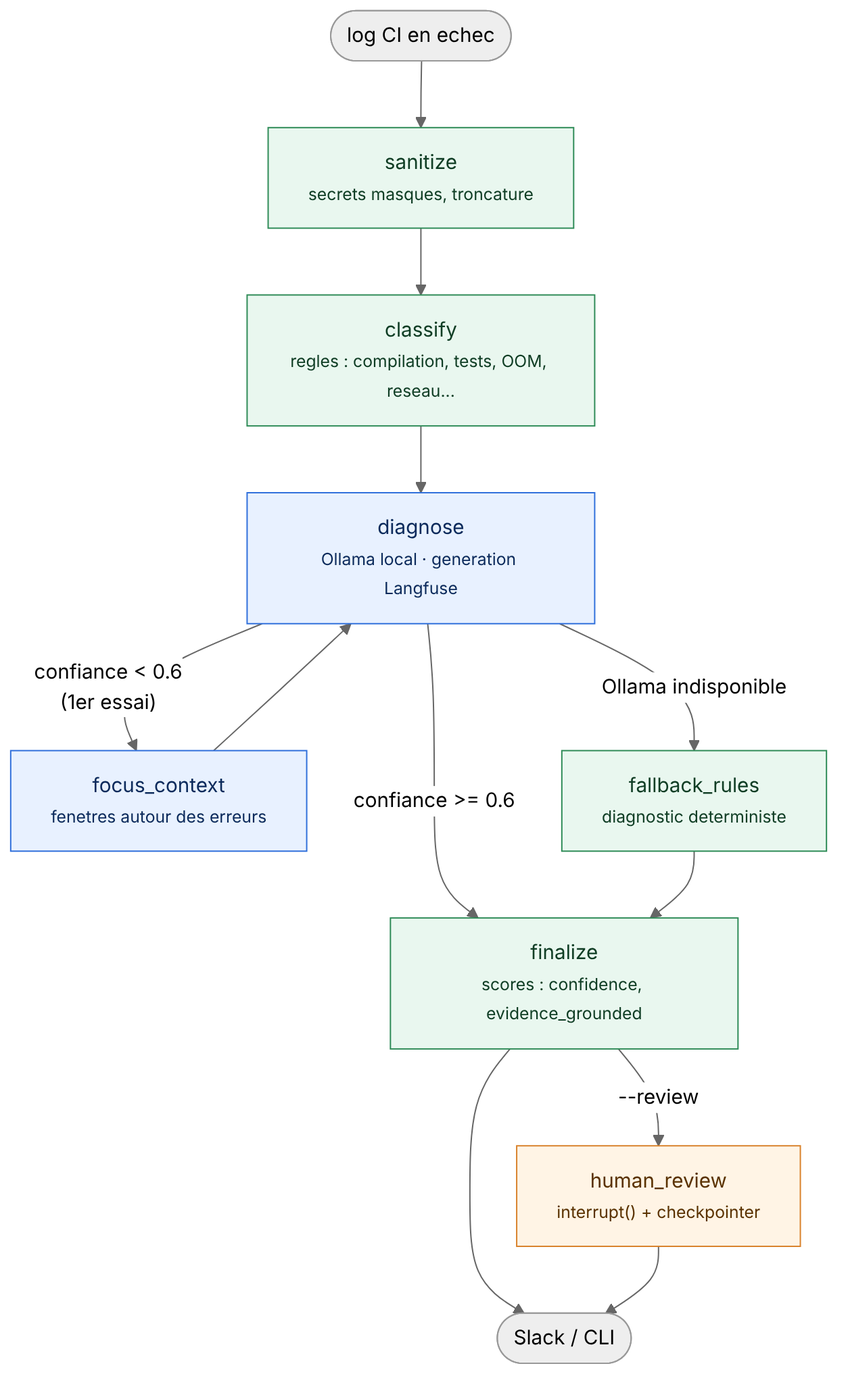
A-Djihadi/pipeline-doctor keeps this Mermaid diagram as docs/graph.png. Above is the earlier version. Its source is kept beside it as docs/graph.mmd. Source of this version:
```mermaid
flowchart TD
    S([log CI en echec]) --> sanitize["sanitize<br/><small>secrets masques, troncature</small>"]
    sanitize --> classify["classify<br/><small>regles : compilation, tests, OOM, reseau...</small>"]
    classify --> diagnose["diagnose<br/><small>Ollama local · generation Langfuse</small>"]
    diagnose -- "confiance >= 0.6" --> finalize["finalize<br/><small>scores : confidence, evidence_grounded</small>"]
    diagnose -- "confiance < 0.6<br/>(1er essai)" --> focus["focus_context<br/><small>fenetres autour des erreurs</small>"]
    focus --> diagnose
    diagnose -- "Ollama indisponible" --> fallback["fallback_rules<br/><small>diagnostic deterministe</small>"]
    fallback --> finalize
    finalize -- "--review" --> review["human_review<br/><small>interrupt() + checkpointer</small>"]
    finalize --> E([Slack / CLI])
    review --> E
    classDef llm fill:#e8f1ff,stroke:#2f6fdb,color:#0b2a5b
    classDef safe fill:#e9f7ef,stroke:#2e8b57,color:#0f3d24
    classDef human fill:#fff4e5,stroke:#d9822b,color:#5a3200
    class diagnose,focus llm
    class sanitize,classify,fallback,finalize safe
    class review human
```
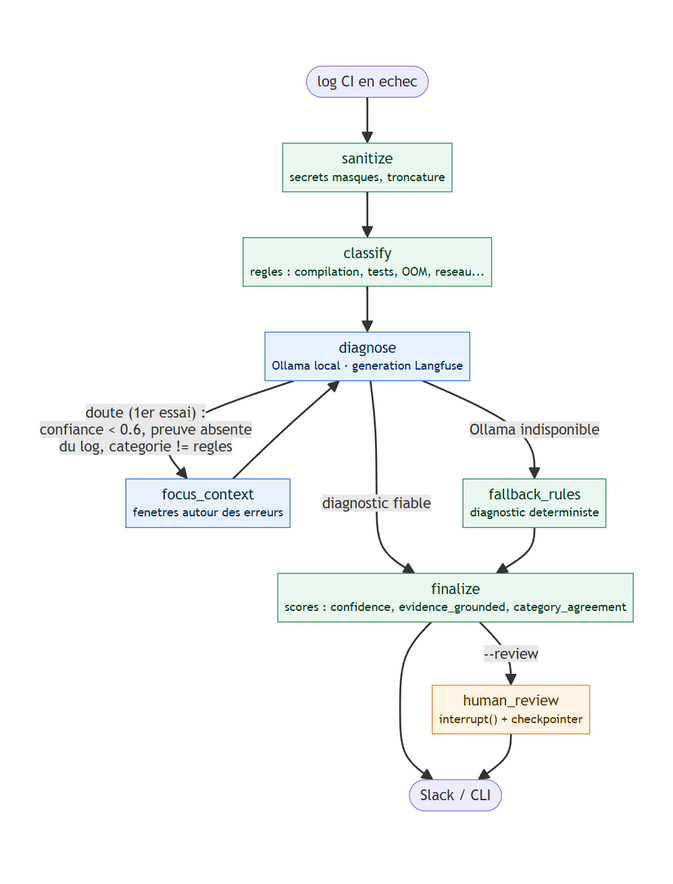
The same diagram one commit later.

Change to the diagram source:
```diff
@@ -2,8 +2,8 @@
     S([log CI en echec]) --> sanitize["sanitize<br/><small>secrets masques, troncature</small>"]
     sanitize --> classify["classify<br/><small>regles : compilation, tests, OOM, reseau...</small>"]
     classify --> diagnose["diagnose<br/><small>Ollama local · generation Langfuse</small>"]
-    diagnose -- "confiance >= 0.6" --> finalize["finalize<br/><small>scores : confidence, evidence_grounded</small>"]
-    diagnose -- "confiance < 0.6<br/>(1er essai)" --> focus["focus_context<br/><small>fenetres autour des erreurs</small>"]
+    diagnose -- "diagnostic fiable" --> finalize["finalize<br/><small>scores : confidence, evidence_grounded, category_agreement</small>"]
+    diagnose -- "doute (1er essai) :<br/>confiance < 0.6, preuve absente<br/>du log, categorie != regles" --> focus["focus_context<br/><small>fenetres autour des erreurs</small>"]
     focus --> diagnose
     diagnose -- "Ollama indisponible" --> fallback["fallback_rules<br/><small>diagnostic deterministe</small>"]
     fallback --> finalize
```
